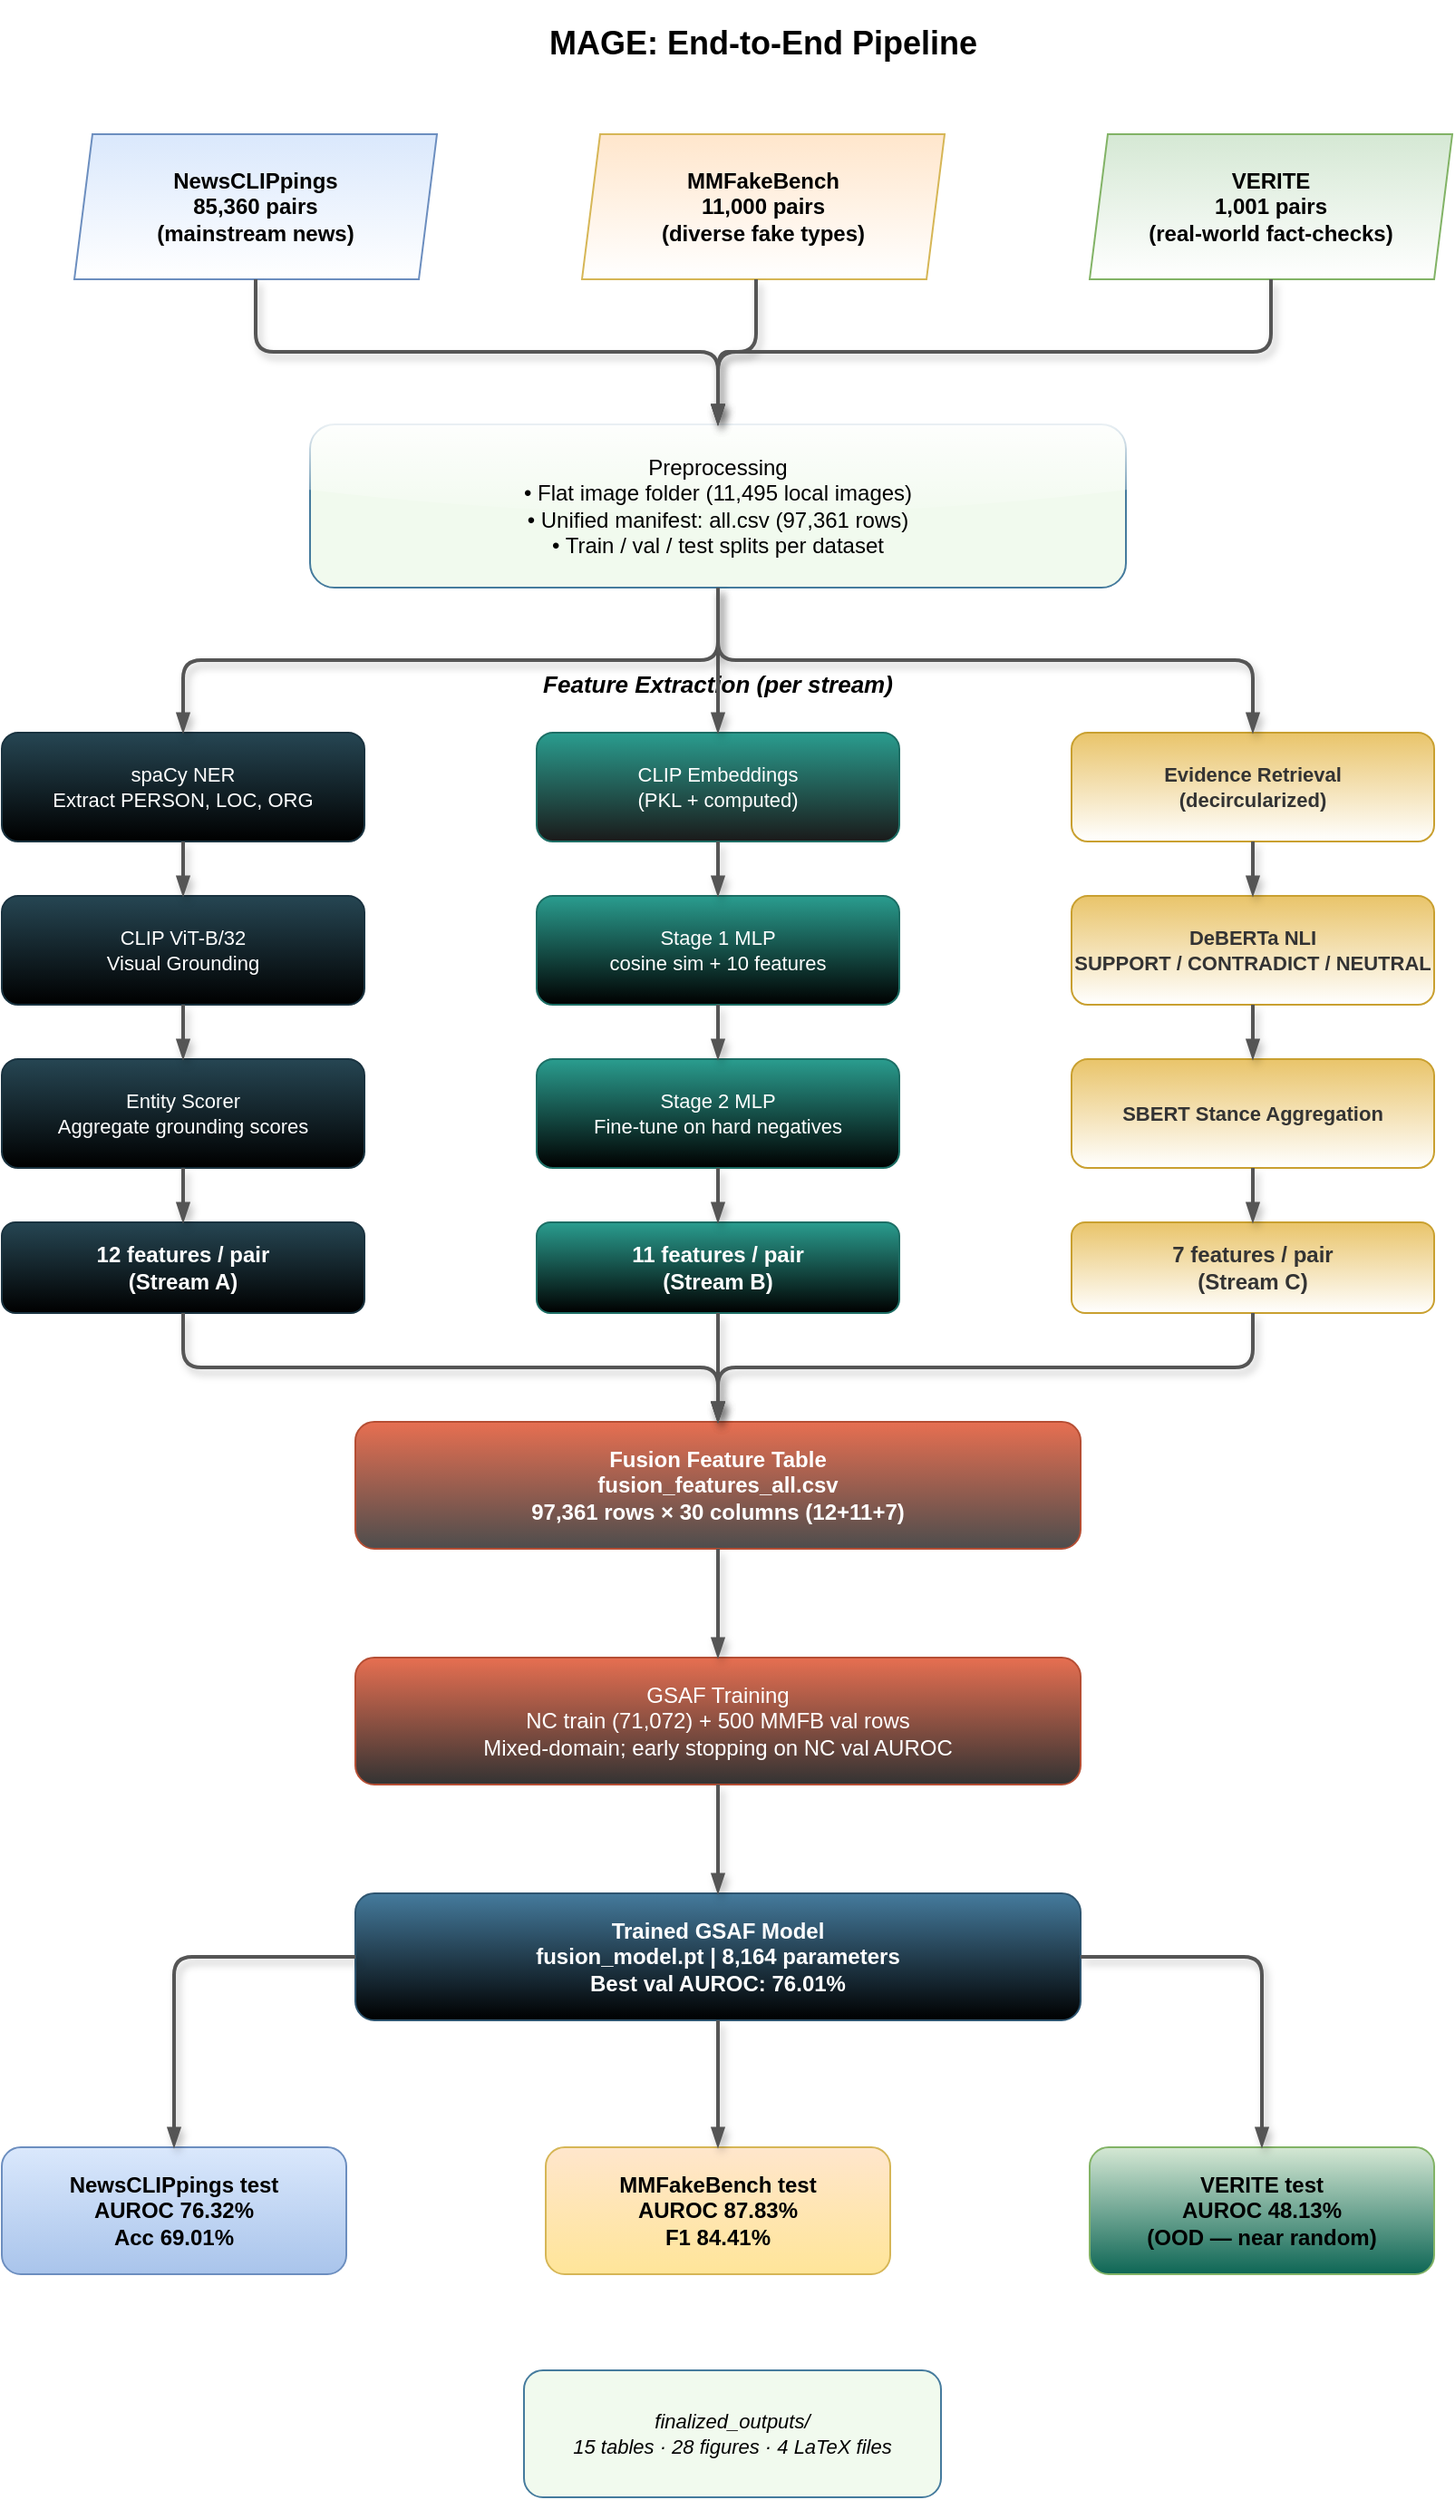
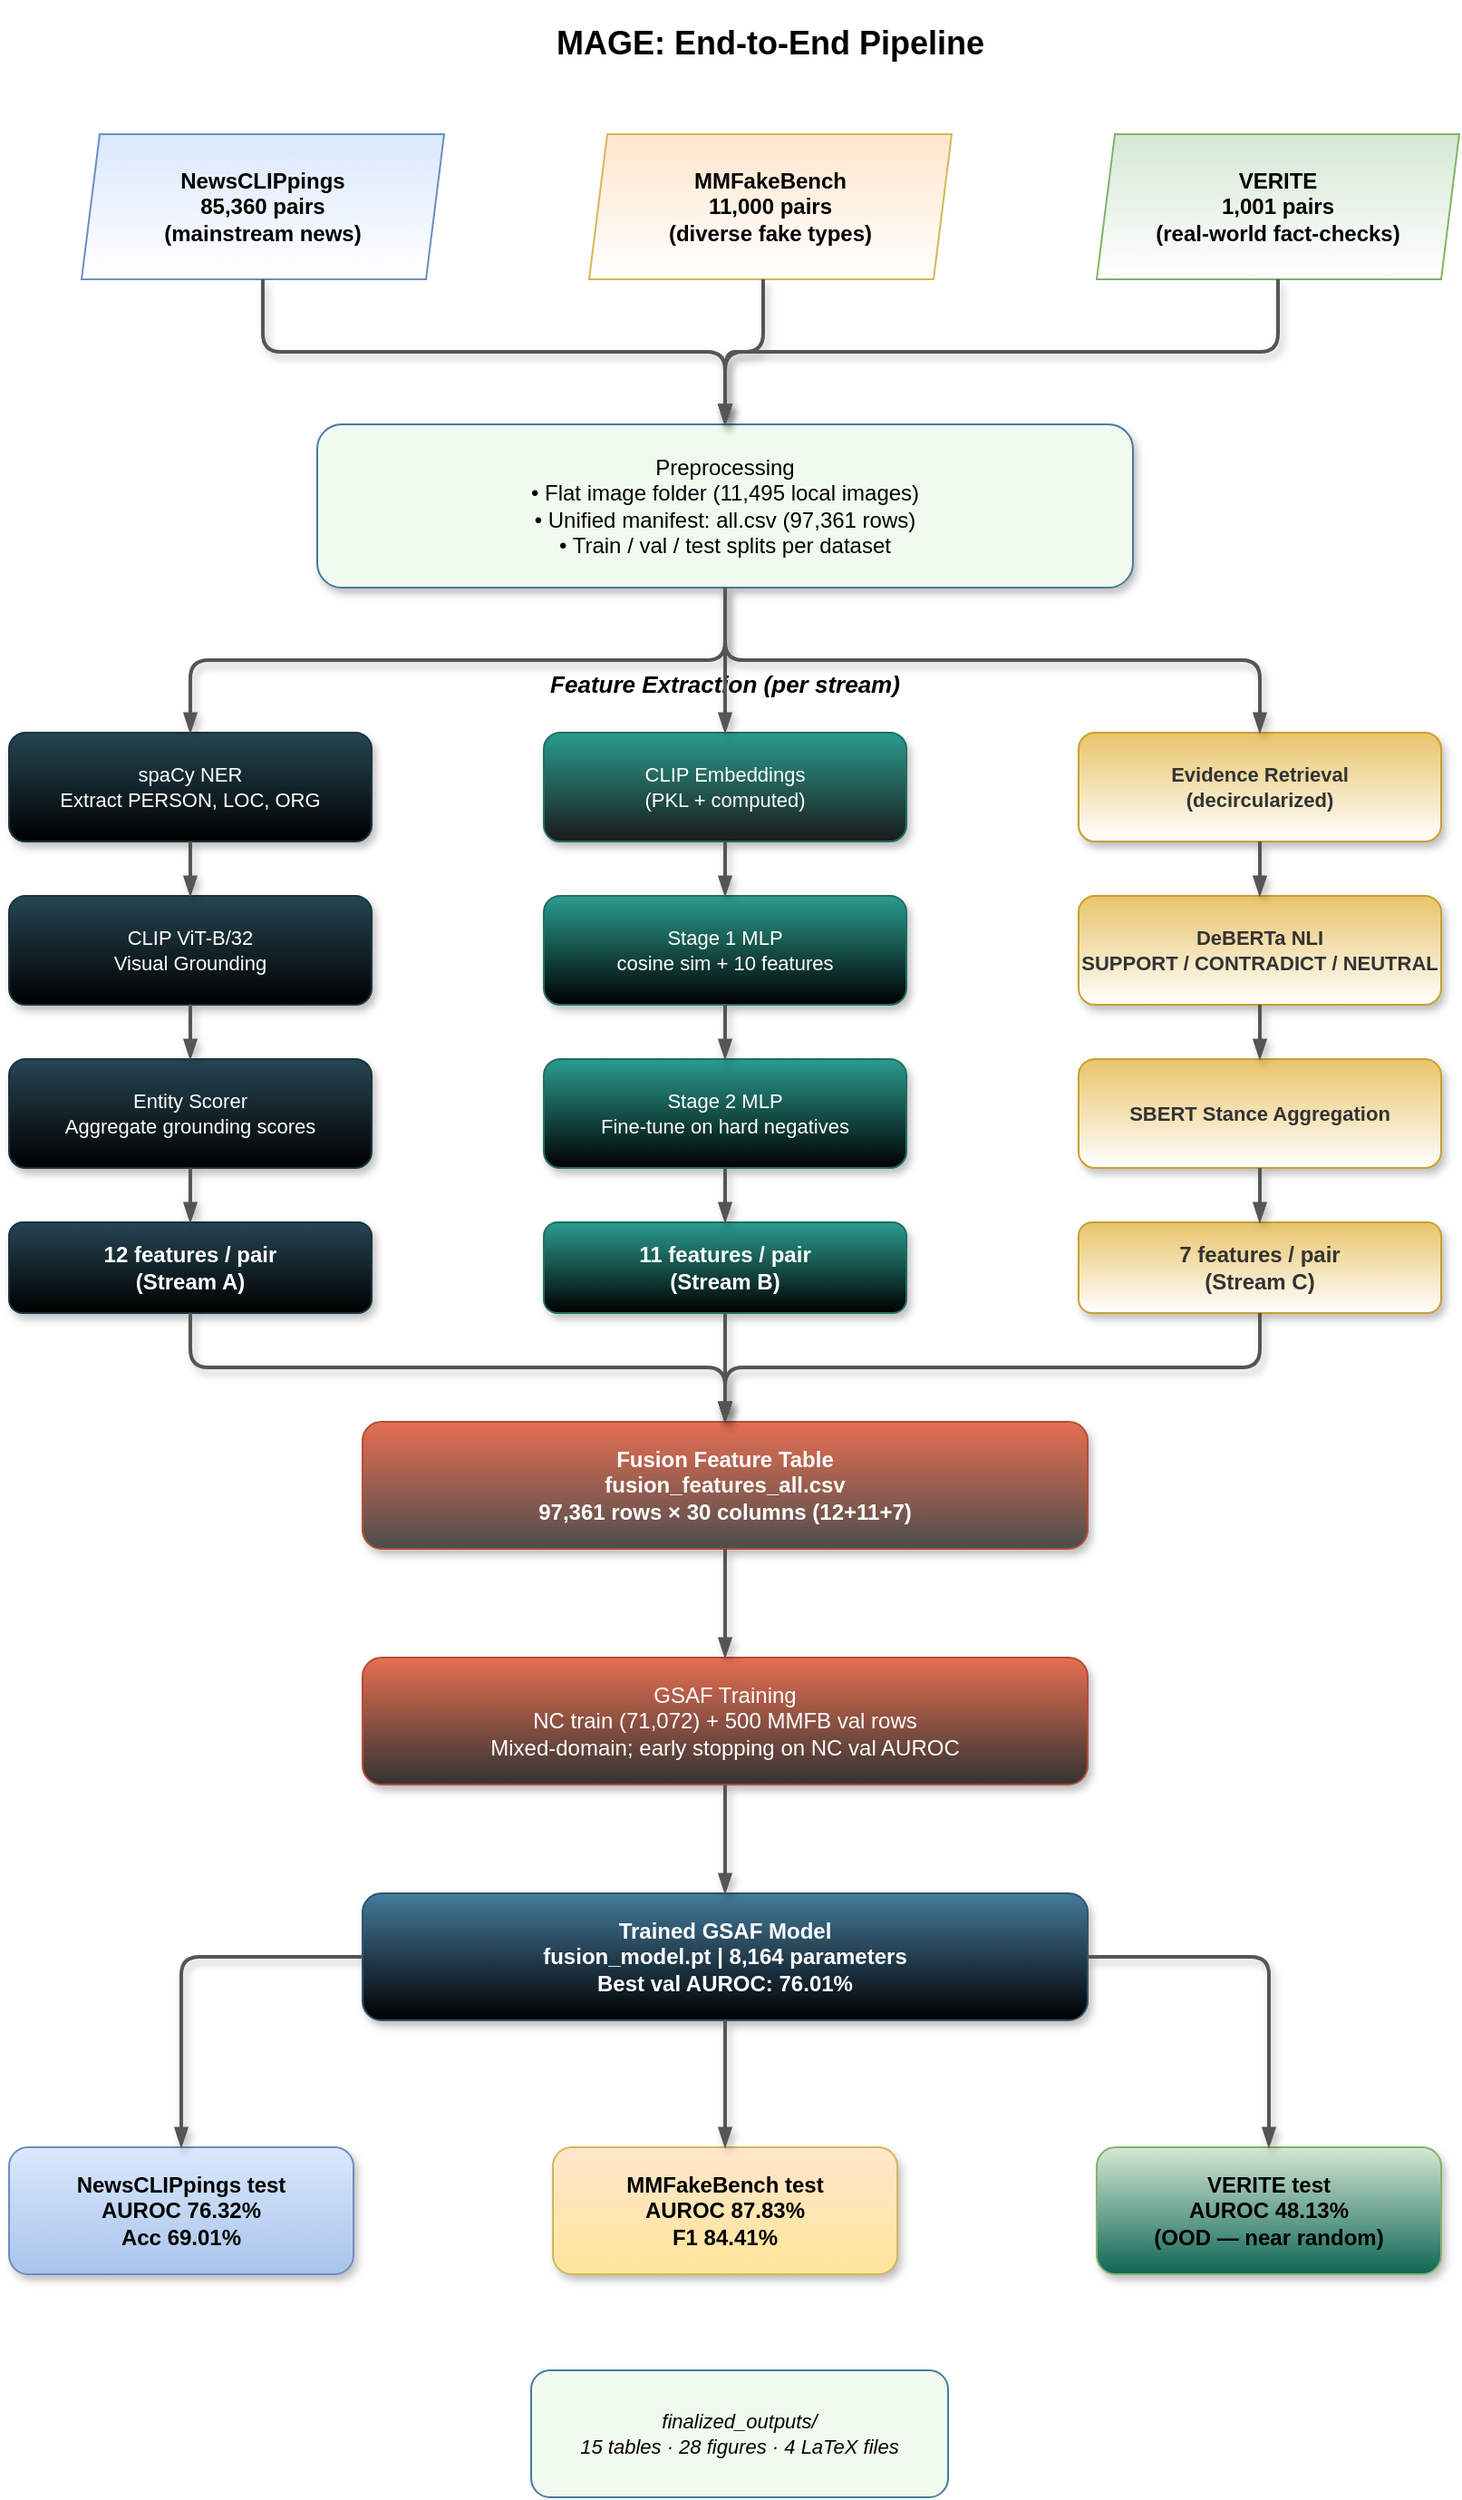
<mxfile host="app.diagrams.net">
  <diagram name="Page-1" id="d1ZMyhAntVCUXErq8Yf_">
    <mxGraphModel dx="1328" dy="935" grid="0" gridSize="10" guides="1" tooltips="1" connect="1" arrows="1" fold="1" page="1" pageScale="1" pageWidth="1000" pageHeight="400" math="0" shadow="0">
      <root>
        <mxCell id="0" />
        <mxCell id="1" parent="0" />
        <mxCell id="UEv89tl7VG0cgvNMtjNN-1" parent="1" style="text;html=1;strokeColor=none;fillColor=none;align=center;verticalAlign=middle;whiteSpace=wrap;rounded=0;fontSize=18;fontStyle=1;shadow=1;" value="MAGE: End-to-End Pipeline" vertex="1">
          <mxGeometry height="40" width="600" x="180" y="20" as="geometry" />
        </mxCell>
        <mxCell id="UEv89tl7VG0cgvNMtjNN-2" parent="1" style="shape=parallelogram;perimeter=parallelogramPerimeter;whiteSpace=wrap;html=1;fixedSize=1;size=10;fillColor=#dae8fc;strokeColor=#6c8ebf;fontSize=12;fontStyle=1;gradientColor=#FFFFFF;" value="NewsCLIPpings&#xa;85,360 pairs&#xa;(mainstream news)" vertex="1">
          <mxGeometry height="80" width="200" x="100" y="90" as="geometry" />
        </mxCell>
        <mxCell id="UEv89tl7VG0cgvNMtjNN-3" parent="1" style="shape=parallelogram;perimeter=parallelogramPerimeter;whiteSpace=wrap;html=1;fixedSize=1;size=10;fillColor=#ffe6cc;strokeColor=#d6b656;fontSize=12;fontStyle=1;gradientColor=#FFFFFF;" value="MMFakeBench&#xa;11,000 pairs&#xa;(diverse fake types)" vertex="1">
          <mxGeometry height="80" width="200" x="380" y="90" as="geometry" />
        </mxCell>
        <mxCell id="UEv89tl7VG0cgvNMtjNN-4" parent="1" style="shape=parallelogram;perimeter=parallelogramPerimeter;whiteSpace=wrap;html=1;fixedSize=1;size=10;fillColor=#d5e8d4;strokeColor=#82b366;fontSize=12;fontStyle=1;gradientColor=#FFFFFF;" value="VERITE&#xa;1,001 pairs&#xa;(real-world fact-checks)" vertex="1">
          <mxGeometry height="80" width="200" x="660" y="90" as="geometry" />
        </mxCell>
-         <mxCell id="UEv89tl7VG0cgvNMtjNN-5" parent="1" style="rounded=1;whiteSpace=wrap;html=1;fillColor=#f1faee;strokeColor=#457b9d;fontSize=12;glass=1;" value="Preprocessing&lt;br&gt;• Flat image folder (11,495 local images)&lt;br&gt;• Unified manifest: all.csv (97,361 rows)&lt;br&gt;• Train / val / test splits per dataset" vertex="1">
+         <mxCell id="UEv89tl7VG0cgvNMtjNN-5" parent="1" style="rounded=1;whiteSpace=wrap;html=1;fillColor=#f1faee;strokeColor=#457b9d;fontSize=12;glass=0;shadow=1;" value="Preprocessing&lt;br&gt;• Flat image folder (11,495 local images)&lt;br&gt;• Unified manifest: all.csv (97,361 rows)&lt;br&gt;• Train / val / test splits per dataset" vertex="1">
          <mxGeometry height="90" width="450" x="230" y="250" as="geometry" />
        </mxCell>
        <mxCell id="UEv89tl7VG0cgvNMtjNN-6" edge="1" parent="1" source="UEv89tl7VG0cgvNMtjNN-2" style="edgeStyle=orthogonalEdgeStyle;rounded=1;strokeColor=#555555;strokeWidth=2;endArrow=blockThin;endFill=1;shadow=1;" target="UEv89tl7VG0cgvNMtjNN-5">
          <mxGeometry relative="1" as="geometry" />
        </mxCell>
        <mxCell id="UEv89tl7VG0cgvNMtjNN-7" edge="1" parent="1" source="UEv89tl7VG0cgvNMtjNN-3" style="edgeStyle=orthogonalEdgeStyle;rounded=1;strokeColor=#555555;strokeWidth=2;endArrow=blockThin;endFill=1;shadow=1;" target="UEv89tl7VG0cgvNMtjNN-5">
          <mxGeometry relative="1" as="geometry">
            <Array as="points">
              <mxPoint x="476" y="210" />
              <mxPoint x="455" y="210" />
            </Array>
          </mxGeometry>
        </mxCell>
        <mxCell id="UEv89tl7VG0cgvNMtjNN-8" edge="1" parent="1" source="UEv89tl7VG0cgvNMtjNN-4" style="edgeStyle=orthogonalEdgeStyle;rounded=1;strokeColor=#555555;strokeWidth=2;endArrow=blockThin;endFill=1;shadow=1;" target="UEv89tl7VG0cgvNMtjNN-5">
          <mxGeometry relative="1" as="geometry" />
        </mxCell>
        <mxCell id="UEv89tl7VG0cgvNMtjNN-9" parent="1" style="text;html=1;strokeColor=none;fillColor=none;align=center;verticalAlign=middle;whiteSpace=wrap;fontSize=13;fontStyle=3;" value="Feature Extraction (per stream)" vertex="1">
          <mxGeometry height="30" width="300" x="305" y="378" as="geometry" />
        </mxCell>
-         <mxCell id="UEv89tl7VG0cgvNMtjNN-10" parent="1" style="rounded=1;whiteSpace=wrap;html=1;fillColor=#264653;fontColor=#ffffff;strokeColor=#1a3340;fontSize=11;gradientColor=default;" value="spaCy NER&#xa;Extract PERSON, LOC, ORG" vertex="1">
+         <mxCell id="UEv89tl7VG0cgvNMtjNN-10" parent="1" style="rounded=1;whiteSpace=wrap;html=1;fillColor=#264653;fontColor=#ffffff;strokeColor=#1a3340;fontSize=11;gradientColor=default;shadow=1;glass=0;" value="spaCy NER&#xa;Extract PERSON, LOC, ORG" vertex="1">
          <mxGeometry height="60" width="200" x="60" y="420" as="geometry" />
        </mxCell>
-         <mxCell id="UEv89tl7VG0cgvNMtjNN-11" parent="1" style="rounded=1;whiteSpace=wrap;html=1;fillColor=#264653;fontColor=#ffffff;strokeColor=#1a3340;fontSize=11;gradientColor=default;" value="CLIP ViT-B/32&#xa;Visual Grounding" vertex="1">
+         <mxCell id="UEv89tl7VG0cgvNMtjNN-11" parent="1" style="rounded=1;whiteSpace=wrap;html=1;fillColor=#264653;fontColor=#ffffff;strokeColor=#1a3340;fontSize=11;gradientColor=default;shadow=1;glass=0;" value="CLIP ViT-B/32&#xa;Visual Grounding" vertex="1">
          <mxGeometry height="60" width="200" x="60" y="510" as="geometry" />
        </mxCell>
-         <mxCell id="UEv89tl7VG0cgvNMtjNN-12" parent="1" style="rounded=1;whiteSpace=wrap;html=1;fillColor=#264653;fontColor=#ffffff;strokeColor=#1a3340;fontSize=11;gradientColor=default;" value="Entity Scorer&#xa;Aggregate grounding scores" vertex="1">
+         <mxCell id="UEv89tl7VG0cgvNMtjNN-12" parent="1" style="rounded=1;whiteSpace=wrap;html=1;fillColor=#264653;fontColor=#ffffff;strokeColor=#1a3340;fontSize=11;gradientColor=default;shadow=1;glass=0;" value="Entity Scorer&#xa;Aggregate grounding scores" vertex="1">
          <mxGeometry height="60" width="200" x="60" y="600" as="geometry" />
        </mxCell>
-         <mxCell id="UEv89tl7VG0cgvNMtjNN-13" parent="1" style="rounded=1;whiteSpace=wrap;html=1;fillColor=#264653;fontColor=#ffffff;strokeColor=#1a3340;fontSize=12;fontStyle=1;gradientColor=default;" value="12 features / pair&#xa;(Stream A)" vertex="1">
+         <mxCell id="UEv89tl7VG0cgvNMtjNN-13" parent="1" style="rounded=1;whiteSpace=wrap;html=1;fillColor=#264653;fontColor=#ffffff;strokeColor=#1a3340;fontSize=12;fontStyle=1;gradientColor=default;shadow=1;glass=0;" value="12 features / pair&#xa;(Stream A)" vertex="1">
          <mxGeometry height="50" width="200" x="60" y="690" as="geometry" />
        </mxCell>
-         <mxCell id="UEv89tl7VG0cgvNMtjNN-14" parent="1" style="rounded=1;whiteSpace=wrap;html=1;fillColor=#2a9d8f;fontColor=#ffffff;strokeColor=#1d6e65;fontSize=11;gradientColor=#1A1A1A;" value="CLIP Embeddings&#xa;(PKL + computed)" vertex="1">
+         <mxCell id="UEv89tl7VG0cgvNMtjNN-14" parent="1" style="rounded=1;whiteSpace=wrap;html=1;fillColor=#2a9d8f;fontColor=#ffffff;strokeColor=#1d6e65;fontSize=11;gradientColor=#1A1A1A;shadow=1;glass=0;" value="CLIP Embeddings&#xa;(PKL + computed)" vertex="1">
          <mxGeometry height="60" width="200" x="355" y="420" as="geometry" />
        </mxCell>
-         <mxCell id="UEv89tl7VG0cgvNMtjNN-15" parent="1" style="rounded=1;whiteSpace=wrap;html=1;fillColor=#2a9d8f;fontColor=#ffffff;strokeColor=#1d6e65;fontSize=11;gradientColor=default;" value="Stage 1 MLP&#xa;cosine sim + 10 features" vertex="1">
+         <mxCell id="UEv89tl7VG0cgvNMtjNN-15" parent="1" style="rounded=1;whiteSpace=wrap;html=1;fillColor=#2a9d8f;fontColor=#ffffff;strokeColor=#1d6e65;fontSize=11;gradientColor=default;shadow=1;glass=0;" value="Stage 1 MLP&#xa;cosine sim + 10 features" vertex="1">
          <mxGeometry height="60" width="200" x="355" y="510" as="geometry" />
        </mxCell>
-         <mxCell id="UEv89tl7VG0cgvNMtjNN-16" parent="1" style="rounded=1;whiteSpace=wrap;html=1;fillColor=#2a9d8f;fontColor=#ffffff;strokeColor=#1d6e65;fontSize=11;gradientColor=default;" value="Stage 2 MLP&#xa;Fine-tune on hard negatives" vertex="1">
+         <mxCell id="UEv89tl7VG0cgvNMtjNN-16" parent="1" style="rounded=1;whiteSpace=wrap;html=1;fillColor=#2a9d8f;fontColor=#ffffff;strokeColor=#1d6e65;fontSize=11;gradientColor=default;shadow=1;glass=0;" value="Stage 2 MLP&#xa;Fine-tune on hard negatives" vertex="1">
          <mxGeometry height="60" width="200" x="355" y="600" as="geometry" />
        </mxCell>
-         <mxCell id="UEv89tl7VG0cgvNMtjNN-17" parent="1" style="rounded=1;whiteSpace=wrap;html=1;fillColor=#2a9d8f;fontColor=#ffffff;strokeColor=#1d6e65;fontSize=12;fontStyle=1;gradientColor=default;" value="11 features / pair&#xa;(Stream B)" vertex="1">
+         <mxCell id="UEv89tl7VG0cgvNMtjNN-17" parent="1" style="rounded=1;whiteSpace=wrap;html=1;fillColor=#2a9d8f;fontColor=#ffffff;strokeColor=#1d6e65;fontSize=12;fontStyle=1;gradientColor=default;shadow=1;glass=0;" value="11 features / pair&#xa;(Stream B)" vertex="1">
          <mxGeometry height="50" width="200" x="355" y="690" as="geometry" />
        </mxCell>
-         <mxCell id="UEv89tl7VG0cgvNMtjNN-18" parent="1" style="rounded=1;whiteSpace=wrap;html=1;fillColor=#e9c46a;fontColor=#333333;strokeColor=#c9a030;fontSize=11;gradientColor=#FFFFFF;" value="&lt;b&gt;Evidence Retrieval&lt;br&gt;(decircularized)&lt;/b&gt;" vertex="1">
+         <mxCell id="UEv89tl7VG0cgvNMtjNN-18" parent="1" style="rounded=1;whiteSpace=wrap;html=1;fillColor=#e9c46a;fontColor=#333333;strokeColor=#c9a030;fontSize=11;gradientColor=#FFFFFF;shadow=1;glass=0;" value="&lt;b&gt;Evidence Retrieval&lt;br&gt;(decircularized)&lt;/b&gt;" vertex="1">
          <mxGeometry height="60" width="200" x="650" y="420" as="geometry" />
        </mxCell>
-         <mxCell id="UEv89tl7VG0cgvNMtjNN-19" parent="1" style="rounded=1;whiteSpace=wrap;html=1;fillColor=#e9c46a;fontColor=#333333;strokeColor=#c9a030;fontSize=11;gradientColor=#FFFFFF;" value="&lt;b&gt;DeBERTa NLI&lt;br&gt;SUPPORT / CONTRADICT / NEUTRAL&lt;/b&gt;" vertex="1">
+         <mxCell id="UEv89tl7VG0cgvNMtjNN-19" parent="1" style="rounded=1;whiteSpace=wrap;html=1;fillColor=#e9c46a;fontColor=#333333;strokeColor=#c9a030;fontSize=11;gradientColor=#FFFFFF;shadow=1;glass=0;" value="&lt;b&gt;DeBERTa NLI&lt;br&gt;SUPPORT / CONTRADICT / NEUTRAL&lt;/b&gt;" vertex="1">
          <mxGeometry height="60" width="200" x="650" y="510" as="geometry" />
        </mxCell>
-         <mxCell id="UEv89tl7VG0cgvNMtjNN-20" parent="1" style="rounded=1;whiteSpace=wrap;html=1;fillColor=#e9c46a;fontColor=#333333;strokeColor=#c9a030;fontSize=11;gradientColor=#FFFFFF;" value="&lt;b&gt;SBERT Stance Aggregation&lt;/b&gt;" vertex="1">
+         <mxCell id="UEv89tl7VG0cgvNMtjNN-20" parent="1" style="rounded=1;whiteSpace=wrap;html=1;fillColor=#e9c46a;fontColor=#333333;strokeColor=#c9a030;fontSize=11;gradientColor=#FFFFFF;shadow=1;glass=0;" value="&lt;b&gt;SBERT Stance Aggregation&lt;/b&gt;" vertex="1">
          <mxGeometry height="60" width="200" x="650" y="600" as="geometry" />
        </mxCell>
-         <mxCell id="UEv89tl7VG0cgvNMtjNN-21" parent="1" style="rounded=1;whiteSpace=wrap;html=1;fillColor=#e9c46a;fontColor=#333333;strokeColor=#c9a030;fontSize=12;fontStyle=1;gradientColor=#FFFFFF;" value="7 features / pair&#xa;(Stream C)" vertex="1">
+         <mxCell id="UEv89tl7VG0cgvNMtjNN-21" parent="1" style="rounded=1;whiteSpace=wrap;html=1;fillColor=#e9c46a;fontColor=#333333;strokeColor=#c9a030;fontSize=12;fontStyle=1;gradientColor=#FFFFFF;shadow=1;glass=0;" value="7 features / pair&#xa;(Stream C)" vertex="1">
          <mxGeometry height="50" width="200" x="650" y="690" as="geometry" />
        </mxCell>
        <mxCell id="UEv89tl7VG0cgvNMtjNN-22" edge="1" parent="1" source="UEv89tl7VG0cgvNMtjNN-5" style="edgeStyle=orthogonalEdgeStyle;rounded=1;strokeColor=#555555;strokeWidth=2;endArrow=blockThin;endFill=1;shadow=1;" target="UEv89tl7VG0cgvNMtjNN-10">
          <mxGeometry relative="1" as="geometry" />
        </mxCell>
        <mxCell id="UEv89tl7VG0cgvNMtjNN-23" edge="1" parent="1" source="UEv89tl7VG0cgvNMtjNN-10" style="edgeStyle=orthogonalEdgeStyle;rounded=1;strokeColor=#555555;strokeWidth=2;endArrow=blockThin;endFill=1;shadow=1;" target="UEv89tl7VG0cgvNMtjNN-11">
          <mxGeometry relative="1" as="geometry" />
        </mxCell>
        <mxCell id="UEv89tl7VG0cgvNMtjNN-24" edge="1" parent="1" source="UEv89tl7VG0cgvNMtjNN-11" style="edgeStyle=orthogonalEdgeStyle;rounded=1;strokeColor=#555555;strokeWidth=2;endArrow=blockThin;endFill=1;shadow=1;" target="UEv89tl7VG0cgvNMtjNN-12">
          <mxGeometry relative="1" as="geometry" />
        </mxCell>
        <mxCell id="UEv89tl7VG0cgvNMtjNN-25" edge="1" parent="1" source="UEv89tl7VG0cgvNMtjNN-12" style="edgeStyle=orthogonalEdgeStyle;rounded=1;strokeColor=#555555;strokeWidth=2;endArrow=blockThin;endFill=1;shadow=1;" target="UEv89tl7VG0cgvNMtjNN-13">
          <mxGeometry relative="1" as="geometry" />
        </mxCell>
        <mxCell id="UEv89tl7VG0cgvNMtjNN-26" edge="1" parent="1" source="UEv89tl7VG0cgvNMtjNN-5" style="edgeStyle=orthogonalEdgeStyle;rounded=1;strokeColor=#555555;strokeWidth=2;endArrow=blockThin;endFill=1;shadow=1;" target="UEv89tl7VG0cgvNMtjNN-14">
          <mxGeometry relative="1" as="geometry" />
        </mxCell>
        <mxCell id="UEv89tl7VG0cgvNMtjNN-27" edge="1" parent="1" source="UEv89tl7VG0cgvNMtjNN-14" style="edgeStyle=orthogonalEdgeStyle;rounded=1;strokeColor=#555555;strokeWidth=2;endArrow=blockThin;endFill=1;shadow=1;" target="UEv89tl7VG0cgvNMtjNN-15">
          <mxGeometry relative="1" as="geometry" />
        </mxCell>
        <mxCell id="UEv89tl7VG0cgvNMtjNN-28" edge="1" parent="1" source="UEv89tl7VG0cgvNMtjNN-15" style="edgeStyle=orthogonalEdgeStyle;rounded=1;strokeColor=#555555;strokeWidth=2;endArrow=blockThin;endFill=1;shadow=1;" target="UEv89tl7VG0cgvNMtjNN-16">
          <mxGeometry relative="1" as="geometry" />
        </mxCell>
        <mxCell id="UEv89tl7VG0cgvNMtjNN-29" edge="1" parent="1" source="UEv89tl7VG0cgvNMtjNN-16" style="edgeStyle=orthogonalEdgeStyle;rounded=1;strokeColor=#555555;strokeWidth=2;endArrow=blockThin;endFill=1;shadow=1;" target="UEv89tl7VG0cgvNMtjNN-17">
          <mxGeometry relative="1" as="geometry" />
        </mxCell>
        <mxCell id="UEv89tl7VG0cgvNMtjNN-30" edge="1" parent="1" source="UEv89tl7VG0cgvNMtjNN-5" style="edgeStyle=orthogonalEdgeStyle;rounded=1;strokeColor=#555555;strokeWidth=2;endArrow=blockThin;endFill=1;shadow=1;" target="UEv89tl7VG0cgvNMtjNN-18">
          <mxGeometry relative="1" as="geometry" />
        </mxCell>
        <mxCell id="UEv89tl7VG0cgvNMtjNN-31" edge="1" parent="1" source="UEv89tl7VG0cgvNMtjNN-18" style="edgeStyle=orthogonalEdgeStyle;rounded=1;strokeColor=#555555;strokeWidth=2;endArrow=blockThin;endFill=1;shadow=1;" target="UEv89tl7VG0cgvNMtjNN-19">
          <mxGeometry relative="1" as="geometry" />
        </mxCell>
        <mxCell id="UEv89tl7VG0cgvNMtjNN-32" edge="1" parent="1" source="UEv89tl7VG0cgvNMtjNN-19" style="edgeStyle=orthogonalEdgeStyle;rounded=1;strokeColor=#555555;strokeWidth=2;endArrow=blockThin;endFill=1;shadow=1;" target="UEv89tl7VG0cgvNMtjNN-20">
          <mxGeometry relative="1" as="geometry" />
        </mxCell>
        <mxCell id="UEv89tl7VG0cgvNMtjNN-33" edge="1" parent="1" source="UEv89tl7VG0cgvNMtjNN-20" style="edgeStyle=orthogonalEdgeStyle;rounded=1;strokeColor=#555555;strokeWidth=2;endArrow=blockThin;endFill=1;shadow=1;" target="UEv89tl7VG0cgvNMtjNN-21">
          <mxGeometry relative="1" as="geometry" />
        </mxCell>
-         <mxCell id="UEv89tl7VG0cgvNMtjNN-34" parent="1" style="rounded=1;whiteSpace=wrap;html=1;fillColor=#e76f51;fontColor=#ffffff;strokeColor=#b54e34;fontSize=12;fontStyle=1;gradientColor=#4D4D4D;" value="Fusion Feature Table&#xa;fusion_features_all.csv&#xa;97,361 rows × 30 columns (12+11+7)" vertex="1">
+         <mxCell id="UEv89tl7VG0cgvNMtjNN-34" parent="1" style="rounded=1;whiteSpace=wrap;html=1;fillColor=#e76f51;fontColor=#ffffff;strokeColor=#b54e34;fontSize=12;fontStyle=1;gradientColor=#4D4D4D;shadow=1;glass=0;" value="Fusion Feature Table&#xa;fusion_features_all.csv&#xa;97,361 rows × 30 columns (12+11+7)" vertex="1">
          <mxGeometry height="70" width="400" x="255" y="800" as="geometry" />
        </mxCell>
        <mxCell id="UEv89tl7VG0cgvNMtjNN-35" edge="1" parent="1" source="UEv89tl7VG0cgvNMtjNN-13" style="edgeStyle=orthogonalEdgeStyle;rounded=1;strokeColor=#555555;strokeWidth=2;endArrow=blockThin;endFill=1;shadow=1;" target="UEv89tl7VG0cgvNMtjNN-34">
          <mxGeometry relative="1" as="geometry" />
        </mxCell>
        <mxCell id="UEv89tl7VG0cgvNMtjNN-36" edge="1" parent="1" source="UEv89tl7VG0cgvNMtjNN-17" style="edgeStyle=orthogonalEdgeStyle;rounded=1;strokeColor=#555555;strokeWidth=2;endArrow=blockThin;endFill=1;shadow=1;" target="UEv89tl7VG0cgvNMtjNN-34">
          <mxGeometry relative="1" as="geometry" />
        </mxCell>
        <mxCell id="UEv89tl7VG0cgvNMtjNN-37" edge="1" parent="1" source="UEv89tl7VG0cgvNMtjNN-21" style="edgeStyle=orthogonalEdgeStyle;rounded=1;strokeColor=#555555;strokeWidth=2;endArrow=blockThin;endFill=1;shadow=1;" target="UEv89tl7VG0cgvNMtjNN-34">
          <mxGeometry relative="1" as="geometry" />
        </mxCell>
-         <mxCell id="UEv89tl7VG0cgvNMtjNN-38" parent="1" style="rounded=1;whiteSpace=wrap;html=1;fillColor=#e76f51;fontColor=#ffffff;strokeColor=#b54e34;fontSize=12;gradientColor=#333333;" value="GSAF Training&#xa;NC train (71,072) + 500 MMFB val rows&#xa;Mixed-domain; early stopping on NC val AUROC" vertex="1">
+         <mxCell id="UEv89tl7VG0cgvNMtjNN-38" parent="1" style="rounded=1;whiteSpace=wrap;html=1;fillColor=#e76f51;fontColor=#ffffff;strokeColor=#b54e34;fontSize=12;gradientColor=#333333;shadow=1;glass=0;" value="GSAF Training&#xa;NC train (71,072) + 500 MMFB val rows&#xa;Mixed-domain; early stopping on NC val AUROC" vertex="1">
          <mxGeometry height="70" width="400" x="255" y="930" as="geometry" />
        </mxCell>
        <mxCell id="UEv89tl7VG0cgvNMtjNN-39" edge="1" parent="1" source="UEv89tl7VG0cgvNMtjNN-34" style="edgeStyle=orthogonalEdgeStyle;rounded=1;strokeColor=#555555;strokeWidth=2;endArrow=blockThin;endFill=1;shadow=1;" target="UEv89tl7VG0cgvNMtjNN-38">
          <mxGeometry relative="1" as="geometry" />
        </mxCell>
-         <mxCell id="UEv89tl7VG0cgvNMtjNN-40" parent="1" style="rounded=1;whiteSpace=wrap;html=1;fillColor=#457b9d;fontColor=#ffffff;strokeColor=#2e5570;fontSize=12;fontStyle=1;gradientColor=default;" value="Trained GSAF Model&#xa;fusion_model.pt  |  8,164 parameters&#xa;Best val AUROC: 76.01%" vertex="1">
+         <mxCell id="UEv89tl7VG0cgvNMtjNN-40" parent="1" style="rounded=1;whiteSpace=wrap;html=1;fillColor=#457b9d;fontColor=#ffffff;strokeColor=#2e5570;fontSize=12;fontStyle=1;gradientColor=default;shadow=1;glass=0;" value="Trained GSAF Model&#xa;fusion_model.pt  |  8,164 parameters&#xa;Best val AUROC: 76.01%" vertex="1">
          <mxGeometry height="70" width="400" x="255" y="1060" as="geometry" />
        </mxCell>
        <mxCell id="UEv89tl7VG0cgvNMtjNN-41" edge="1" parent="1" source="UEv89tl7VG0cgvNMtjNN-38" style="edgeStyle=orthogonalEdgeStyle;rounded=1;strokeColor=#555555;strokeWidth=2;endArrow=blockThin;endFill=1;shadow=1;" target="UEv89tl7VG0cgvNMtjNN-40">
          <mxGeometry relative="1" as="geometry" />
        </mxCell>
-         <mxCell id="UEv89tl7VG0cgvNMtjNN-42" parent="1" style="rounded=1;whiteSpace=wrap;html=1;fillColor=#dae8fc;strokeColor=#6c8ebf;fontSize=12;fontStyle=1;gradientColor=#A9C4EB;" value="NewsCLIPpings test&#xa;AUROC 76.32%&#xa;Acc 69.01%" vertex="1">
+         <mxCell id="UEv89tl7VG0cgvNMtjNN-42" parent="1" style="rounded=1;whiteSpace=wrap;html=1;fillColor=#dae8fc;strokeColor=#6c8ebf;fontSize=12;fontStyle=1;gradientColor=#A9C4EB;shadow=1;glass=0;" value="NewsCLIPpings test&#xa;AUROC 76.32%&#xa;Acc 69.01%" vertex="1">
          <mxGeometry height="70" width="190" x="60" y="1200" as="geometry" />
        </mxCell>
-         <mxCell id="UEv89tl7VG0cgvNMtjNN-43" parent="1" style="rounded=1;whiteSpace=wrap;html=1;fillColor=#ffe6cc;strokeColor=#d6b656;fontSize=12;fontStyle=1;gradientColor=#FFE599;" value="MMFakeBench test&#xa;AUROC 87.83%&#xa;F1 84.41%" vertex="1">
+         <mxCell id="UEv89tl7VG0cgvNMtjNN-43" parent="1" style="rounded=1;whiteSpace=wrap;html=1;fillColor=#ffe6cc;strokeColor=#d6b656;fontSize=12;fontStyle=1;gradientColor=#FFE599;shadow=1;glass=0;" value="MMFakeBench test&#xa;AUROC 87.83%&#xa;F1 84.41%" vertex="1">
          <mxGeometry height="70" width="190" x="360" y="1200" as="geometry" />
        </mxCell>
-         <mxCell id="UEv89tl7VG0cgvNMtjNN-44" parent="1" style="rounded=1;whiteSpace=wrap;html=1;fillColor=#d5e8d4;strokeColor=#82b366;fontSize=12;fontStyle=1;gradientColor=#0E6655;" value="VERITE test&#xa;AUROC 48.13%&#xa;(OOD — near random)" vertex="1">
+         <mxCell id="UEv89tl7VG0cgvNMtjNN-44" parent="1" style="rounded=1;whiteSpace=wrap;html=1;fillColor=#d5e8d4;strokeColor=#82b366;fontSize=12;fontStyle=1;gradientColor=#0E6655;shadow=1;glass=0;" value="VERITE test&#xa;AUROC 48.13%&#xa;(OOD — near random)" vertex="1">
          <mxGeometry height="70" width="190" x="660" y="1200" as="geometry" />
        </mxCell>
        <mxCell id="UEv89tl7VG0cgvNMtjNN-45" edge="1" parent="1" source="UEv89tl7VG0cgvNMtjNN-40" style="edgeStyle=orthogonalEdgeStyle;rounded=1;strokeColor=#555555;strokeWidth=2;endArrow=blockThin;endFill=1;shadow=1;" target="UEv89tl7VG0cgvNMtjNN-42">
          <mxGeometry relative="1" as="geometry" />
        </mxCell>
        <mxCell id="UEv89tl7VG0cgvNMtjNN-46" edge="1" parent="1" source="UEv89tl7VG0cgvNMtjNN-40" style="edgeStyle=orthogonalEdgeStyle;rounded=1;strokeColor=#555555;strokeWidth=2;endArrow=blockThin;endFill=1;shadow=1;" target="UEv89tl7VG0cgvNMtjNN-43">
          <mxGeometry relative="1" as="geometry" />
        </mxCell>
        <mxCell id="UEv89tl7VG0cgvNMtjNN-47" edge="1" parent="1" source="UEv89tl7VG0cgvNMtjNN-40" style="edgeStyle=orthogonalEdgeStyle;rounded=1;strokeColor=#555555;strokeWidth=2;endArrow=blockThin;endFill=1;shadow=1;" target="UEv89tl7VG0cgvNMtjNN-44">
          <mxGeometry relative="1" as="geometry" />
        </mxCell>
        <mxCell id="UEv89tl7VG0cgvNMtjNN-48" parent="1" style="text;html=1;strokeColor=#457b9d;fillColor=#f1faee;align=center;verticalAlign=middle;whiteSpace=wrap;rounded=1;fontSize=11;fontStyle=2;" value="finalized_outputs/&#xa;15 tables · 28 figures · 4 LaTeX files" vertex="1">
          <mxGeometry height="70" width="230" x="348" y="1323" as="geometry" />
        </mxCell>
      </root>
    </mxGraphModel>
  </diagram>
</mxfile>
